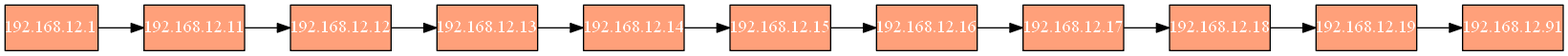
This is ListaIP.png from juanpaestrada20/EDD_PY2_201800709, a Graphviz export, as it was before one commit. Its source is kept beside it as ListaIP.dot.
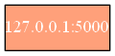
The same file after the commit.

What changed in the source:
```diff
@@ -1,25 +1,5 @@
 digraph g{
 rankdir=LR;
 node [margin=0 shape=box fillcolor=lightsalmon fontcolor=white style=filled];
-0[label="192.168.12.1"];
-1[label="192.168.12.11"];
-2[label="192.168.12.12"];
-3[label="192.168.12.13"];
-4[label="192.168.12.14"];
-5[label="192.168.12.15"];
-6[label="192.168.12.16"];
-7[label="192.168.12.17"];
-8[label="192.168.12.18"];
-9[label="192.168.12.19"];
-10[label="192.168.12.91"];
-0->1;
-1->2;
-2->3;
-3->4;
-4->5;
-5->6;
-6->7;
-7->8;
-8->9;
-9->10;
+0[label="127.0.0.1:5000"];
 }
```
